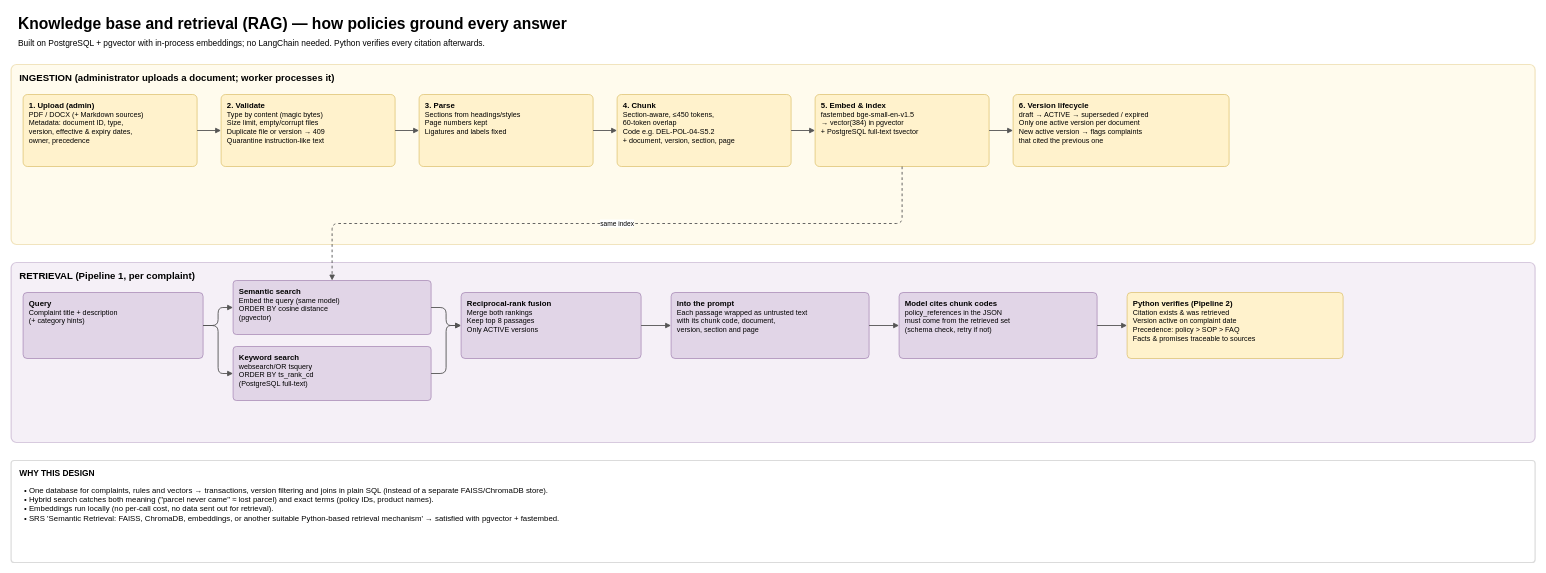
Before: page "3 · Knowledge base & RAG" (3 of 4) of documentation/architecture.drawio in gulraeezgulshan/nova_support, a draw.io diagram. Source tidied: cells renumbered, new cells numbered last; positions are measured from the earlier drawing's top-left corner, leaving out a move shared by most shapes. Both pictures are drawn from the tidied source at 60%, with x=0, y=0 at pixel (11, 10).
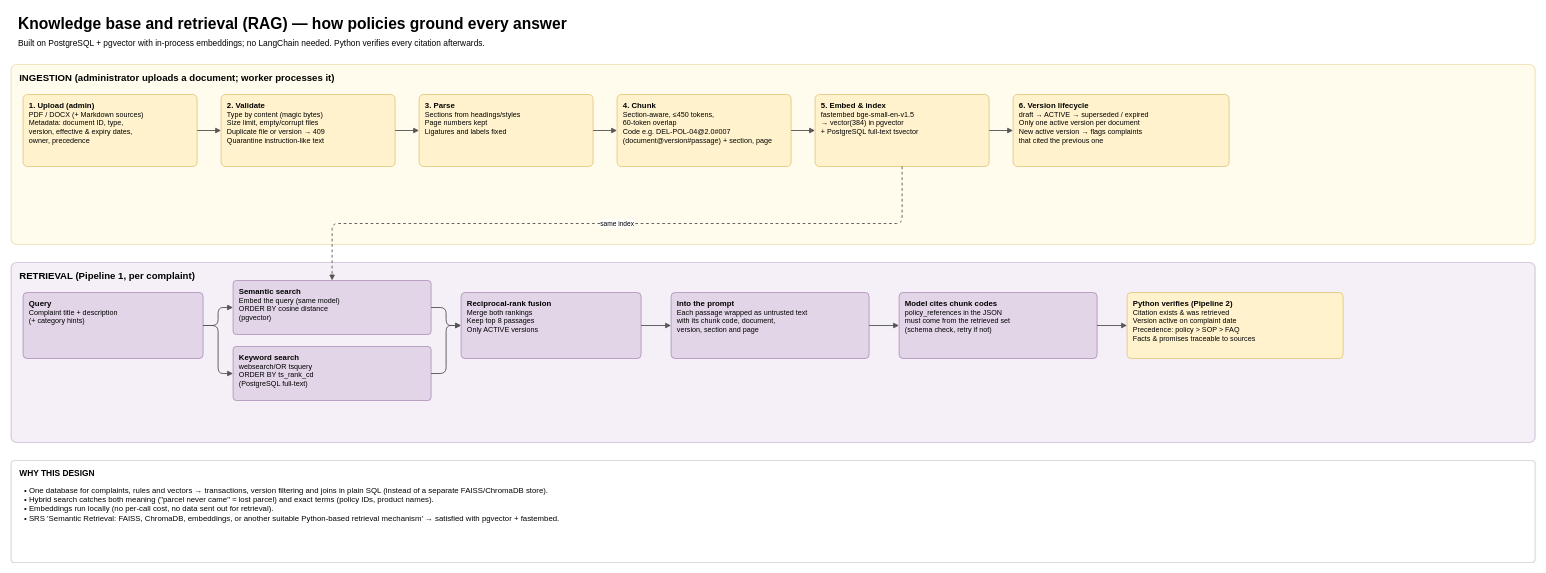
The same page after the edit.

What changed in the source:
```diff
@@
-    <mxCell id="8" value="&lt;b style='font-size:13px'&gt;4. Chunk&lt;/b&gt;&lt;br&gt;Section-aware, ≤450 tokens,&lt;br&gt;60-token overlap&lt;br&gt;Code e.g. DEL-POL-04-S5.2&lt;br&gt;+ document, version, section, page" style="rounded=1;arcSize=6;whiteSpace=wrap;html=1;fillColor=#fff2cc;strokeColor=#d6b656;align=left;verticalAlign=top;spacingLeft=8;spacingRight=6;spacingTop=4;fontSize=12;" parent="1" vertex="1">
+    <mxCell id="8" value="&lt;b style='font-size:13px'&gt;4. Chunk&lt;/b&gt;&lt;br&gt;Section-aware, ≤450 tokens,&lt;br&gt;60-token overlap&lt;br&gt;Code e.g. DEL-POL-04@2.0#007&lt;br&gt;(document@version#passage) + section, page" style="rounded=1;arcSize=6;whiteSpace=wrap;html=1;fillColor=#fff2cc;strokeColor=#d6b656;align=left;verticalAlign=top;spacingLeft=8;spacingRight=6;spacingTop=4;fontSize=12;" parent="1" vertex="1">
       <mxGeometry x="1010" y="140" width="290" height="120" as="geometry" />
     </mxCell>
```
